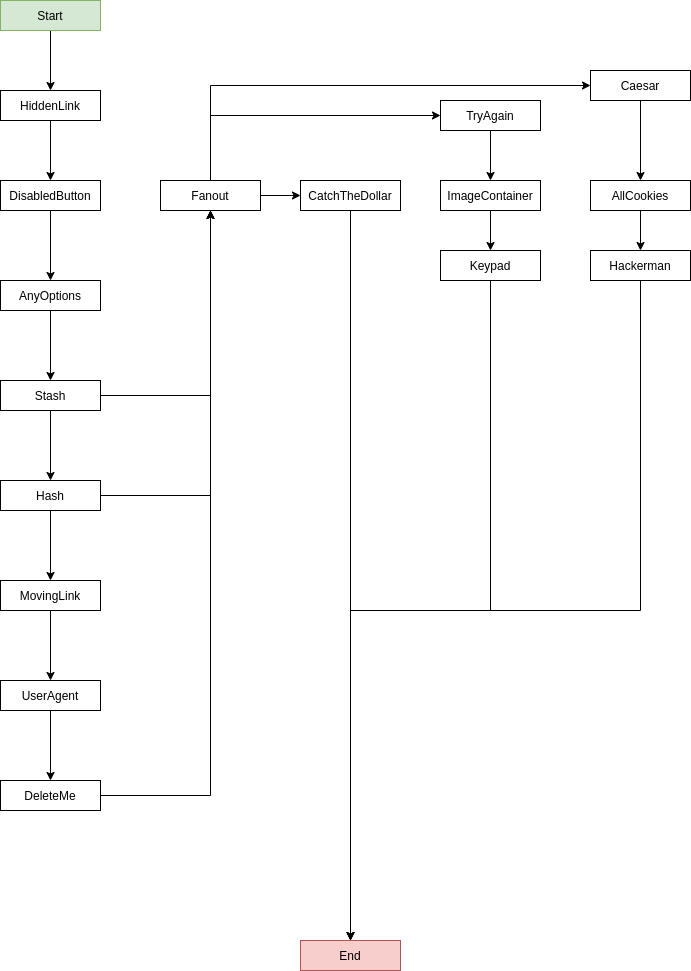
HacktoberfestMunich/rest-riddle keeps this draw.io diagram as challenges.drawio.png. Above is the earlier version. Source tidied: cells renumbered, new cells last; positions are measured from the earlier drawing's top-left corner, leaving out a move shared by most shapes. Source of this version:
```xml
<mxGraphModel>
  <root>
    <mxCell id="0" />
    <mxCell id="1" parent="0" />
    <mxCell id="2" style="edgeStyle=orthogonalEdgeStyle;rounded=0;jettySize=auto;html=1;" parent="1" edge="1" source="3" target="5">
      <mxGeometry relative="1" as="geometry" />
    </mxCell>
    <mxCell id="3" value="Start" style="rounded=0;whiteSpace=wrap;html=1;fillColor=#d5e8d4;strokeColor=#82b366;" parent="1" vertex="1">
      <mxGeometry width="100" height="30" as="geometry" />
    </mxCell>
    <mxCell id="4" style="edgeStyle=orthogonalEdgeStyle;rounded=0;jettySize=auto;html=1;" parent="1" edge="1" source="5" target="7">
      <mxGeometry relative="1" as="geometry" />
    </mxCell>
    <mxCell id="5" value="HiddenLink" style="rounded=0;whiteSpace=wrap;html=1;" parent="1" vertex="1">
      <mxGeometry y="90" width="100" height="30" as="geometry" />
    </mxCell>
    <mxCell id="6" style="edgeStyle=orthogonalEdgeStyle;rounded=0;jettySize=auto;html=1;" parent="1" edge="1" source="7" target="9">
      <mxGeometry relative="1" as="geometry" />
    </mxCell>
    <mxCell id="7" value="DisabledButton" style="rounded=0;whiteSpace=wrap;html=1;" parent="1" vertex="1">
      <mxGeometry y="180" width="100" height="30" as="geometry" />
    </mxCell>
    <mxCell id="8" style="edgeStyle=orthogonalEdgeStyle;rounded=0;jettySize=auto;html=1;" parent="1" edge="1" source="9" target="12">
      <mxGeometry relative="1" as="geometry" />
    </mxCell>
    <mxCell id="9" value="AnyOptions" style="rounded=0;whiteSpace=wrap;html=1;" parent="1" vertex="1">
      <mxGeometry y="280" width="100" height="30" as="geometry" />
    </mxCell>
    <mxCell id="10" style="edgeStyle=orthogonalEdgeStyle;rounded=0;jettySize=auto;html=1;" parent="1" edge="1" source="12" target="14">
      <mxGeometry relative="1" as="geometry" />
    </mxCell>
    <mxCell id="11" style="edgeStyle=orthogonalEdgeStyle;rounded=0;jettySize=auto;html=1;" parent="1" edge="1" source="12" target="18">
      <mxGeometry relative="1" as="geometry" />
    </mxCell>
    <mxCell id="12" value="Stash" style="rounded=0;whiteSpace=wrap;html=1;" parent="1" vertex="1">
      <mxGeometry y="380" width="100" height="30" as="geometry" />
    </mxCell>
    <mxCell id="13" style="edgeStyle=orthogonalEdgeStyle;rounded=0;jettySize=auto;html=1;" parent="1" edge="1" source="14" target="21">
      <mxGeometry relative="1" as="geometry" />
    </mxCell>
    <mxCell id="14" value="Hash" style="rounded=0;whiteSpace=wrap;html=1;" parent="1" vertex="1">
      <mxGeometry y="480" width="100" height="30" as="geometry" />
    </mxCell>
    <mxCell id="15" style="edgeStyle=orthogonalEdgeStyle;rounded=0;jettySize=auto;html=1;" parent="1" edge="1" source="18" target="27">
      <mxGeometry relative="1" as="geometry" />
    </mxCell>
    <mxCell id="16" style="edgeStyle=orthogonalEdgeStyle;rounded=0;jettySize=auto;html=1;entryX=0;entryY=0.5;entryDx=0;entryDy=0;exitX=0.5;exitY=0;exitDx=0;exitDy=0;" parent="1" edge="1" source="18" target="29">
      <mxGeometry relative="1" as="geometry" />
    </mxCell>
    <mxCell id="17" style="edgeStyle=orthogonalEdgeStyle;rounded=0;jettySize=auto;html=1;exitX=0.5;exitY=0;exitDx=0;exitDy=0;entryX=0;entryY=0.5;entryDx=0;entryDy=0;" parent="1" edge="1" source="18" target="31">
      <mxGeometry relative="1" as="geometry" />
    </mxCell>
    <mxCell id="18" value="Fanout" style="rounded=0;whiteSpace=wrap;html=1;" parent="1" vertex="1">
      <mxGeometry x="160" y="180" width="100" height="30" as="geometry" />
    </mxCell>
    <mxCell id="19" style="edgeStyle=orthogonalEdgeStyle;rounded=0;jettySize=auto;html=1;exitX=1;exitY=0.5;exitDx=0;exitDy=0;entryX=0.5;entryY=1;entryDx=0;entryDy=0;" parent="1" edge="1" source="14" target="18">
      <mxGeometry relative="1" as="geometry" />
    </mxCell>
    <mxCell id="20" style="edgeStyle=orthogonalEdgeStyle;rounded=0;jettySize=auto;html=1;" parent="1" edge="1" source="21" target="23">
      <mxGeometry relative="1" as="geometry" />
    </mxCell>
    <mxCell id="21" value="MovingLink" style="rounded=0;whiteSpace=wrap;html=1;" parent="1" vertex="1">
      <mxGeometry y="580" width="100" height="30" as="geometry" />
    </mxCell>
    <mxCell id="22" style="edgeStyle=orthogonalEdgeStyle;rounded=0;jettySize=auto;html=1;" parent="1" edge="1" source="23" target="25">
      <mxGeometry relative="1" as="geometry" />
    </mxCell>
    <mxCell id="23" value="UserAgent" style="rounded=0;whiteSpace=wrap;html=1;" parent="1" vertex="1">
      <mxGeometry y="680" width="100" height="30" as="geometry" />
    </mxCell>
    <mxCell id="24" style="edgeStyle=orthogonalEdgeStyle;rounded=0;jettySize=auto;html=1;exitX=1;exitY=0.5;exitDx=0;exitDy=0;entryX=0.5;entryY=1;entryDx=0;entryDy=0;" parent="1" edge="1" source="25" target="18">
      <mxGeometry relative="1" as="geometry" />
    </mxCell>
    <mxCell id="25" value="DeleteMe" style="rounded=0;whiteSpace=wrap;html=1;" parent="1" vertex="1">
      <mxGeometry y="780" width="100" height="30" as="geometry" />
    </mxCell>
    <mxCell id="26" style="edgeStyle=orthogonalEdgeStyle;rounded=0;jettySize=auto;html=1;" parent="1" edge="1" source="27" target="32">
      <mxGeometry relative="1" as="geometry" />
    </mxCell>
    <mxCell id="27" value="CatchTheDollar" style="rounded=0;whiteSpace=wrap;html=1;" parent="1" vertex="1">
      <mxGeometry x="300" y="180" width="100" height="30" as="geometry" />
    </mxCell>
    <mxCell id="28" style="edgeStyle=orthogonalEdgeStyle;rounded=0;jettySize=auto;html=1;" parent="1" edge="1" source="29" target="34">
      <mxGeometry relative="1" as="geometry" />
    </mxCell>
    <mxCell id="29" value="TryAgain" style="rounded=0;whiteSpace=wrap;html=1;" parent="1" vertex="1">
      <mxGeometry x="440" y="100" width="100" height="30" as="geometry" />
    </mxCell>
    <mxCell id="30" style="edgeStyle=orthogonalEdgeStyle;rounded=0;jettySize=auto;html=1;" parent="1" edge="1" source="31" target="38">
      <mxGeometry relative="1" as="geometry" />
    </mxCell>
    <mxCell id="31" value="Caesar" style="rounded=0;whiteSpace=wrap;html=1;" parent="1" vertex="1">
      <mxGeometry x="590" y="70" width="100" height="30" as="geometry" />
    </mxCell>
    <mxCell id="32" value="End" style="rounded=0;whiteSpace=wrap;html=1;fillColor=#f8cecc;strokeColor=#b85450;" parent="1" vertex="1">
      <mxGeometry x="300" y="940" width="100" height="30" as="geometry" />
    </mxCell>
    <mxCell id="33" style="edgeStyle=orthogonalEdgeStyle;rounded=0;jettySize=auto;html=1;" parent="1" edge="1" source="34" target="36">
      <mxGeometry relative="1" as="geometry" />
    </mxCell>
    <mxCell id="34" value="ImageContainer" style="rounded=0;whiteSpace=wrap;html=1;" parent="1" vertex="1">
      <mxGeometry x="440" y="180" width="100" height="30" as="geometry" />
    </mxCell>
    <mxCell id="35" style="edgeStyle=orthogonalEdgeStyle;rounded=0;jettySize=auto;html=1;exitX=0.5;exitY=1;exitDx=0;exitDy=0;" parent="1" edge="1" source="36" target="32">
      <mxGeometry relative="1" as="geometry" />
    </mxCell>
    <mxCell id="36" value="Keypad" style="rounded=0;whiteSpace=wrap;html=1;" parent="1" vertex="1">
      <mxGeometry x="440" y="250" width="100" height="30" as="geometry" />
    </mxCell>
    <mxCell id="37" style="edgeStyle=orthogonalEdgeStyle;rounded=0;jettySize=auto;html=1;" parent="1" edge="1" source="38" target="40">
      <mxGeometry relative="1" as="geometry" />
    </mxCell>
    <mxCell id="38" value="AllCookies" style="rounded=0;whiteSpace=wrap;html=1;" parent="1" vertex="1">
      <mxGeometry x="590" y="180" width="100" height="30" as="geometry" />
    </mxCell>
    <mxCell id="39" style="edgeStyle=orthogonalEdgeStyle;rounded=0;jettySize=auto;html=1;exitX=0.5;exitY=1;exitDx=0;exitDy=0;" parent="1" edge="1" source="40" target="32">
      <mxGeometry relative="1" as="geometry" />
    </mxCell>
    <mxCell id="40" value="Hackerman" style="rounded=0;whiteSpace=wrap;html=1;" parent="1" vertex="1">
      <mxGeometry x="590" y="250" width="100" height="30" as="geometry" />
    </mxCell>
  </root>
</mxGraphModel>
```
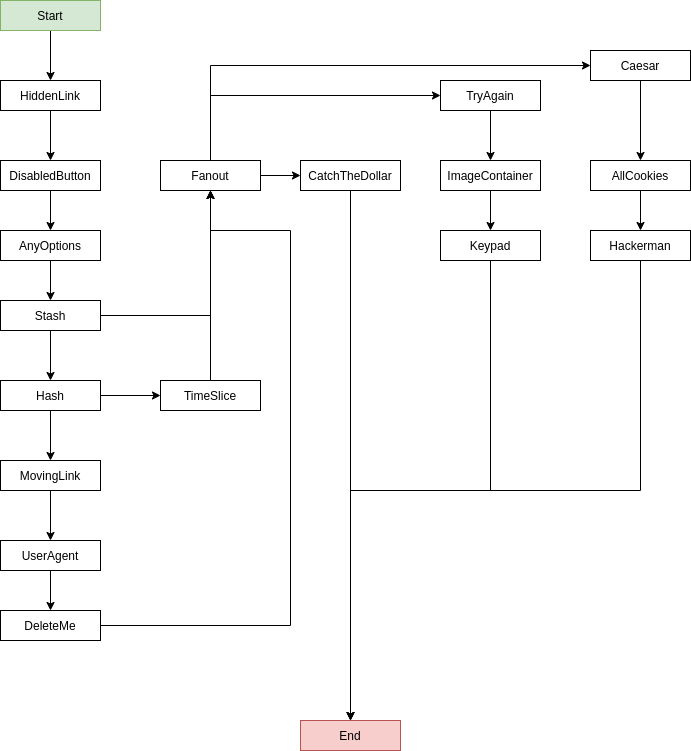
After the change.

Diff of the diagram source:
```diff
@@ -6,13 +6,13 @@
       <mxGeometry relative="1" as="geometry" />
     </mxCell>
     <mxCell id="3" value="Start" style="rounded=0;whiteSpace=wrap;html=1;fillColor=#d5e8d4;strokeColor=#82b366;" parent="1" vertex="1">
-      <mxGeometry width="100" height="30" as="geometry" />
+      <mxGeometry y="20" width="100" height="30" as="geometry" />
     </mxCell>
     <mxCell id="4" style="edgeStyle=orthogonalEdgeStyle;rounded=0;jettySize=auto;html=1;" parent="1" edge="1" source="5" target="7">
       <mxGeometry relative="1" as="geometry" />
     </mxCell>
     <mxCell id="5" value="HiddenLink" style="rounded=0;whiteSpace=wrap;html=1;" parent="1" vertex="1">
-      <mxGeometry y="90" width="100" height="30" as="geometry" />
+      <mxGeometry y="100" width="100" height="30" as="geometry" />
     </mxCell>
     <mxCell id="6" style="edgeStyle=orthogonalEdgeStyle;rounded=0;jettySize=auto;html=1;" parent="1" edge="1" source="7" target="9">
       <mxGeometry relative="1" as="geometry" />
@@ -24,7 +24,7 @@
       <mxGeometry relative="1" as="geometry" />
     </mxCell>
     <mxCell id="9" value="AnyOptions" style="rounded=0;whiteSpace=wrap;html=1;" parent="1" vertex="1">
-      <mxGeometry y="280" width="100" height="30" as="geometry" />
+      <mxGeometry y="250" width="100" height="30" as="geometry" />
     </mxCell>
     <mxCell id="10" style="edgeStyle=orthogonalEdgeStyle;rounded=0;jettySize=auto;html=1;" parent="1" edge="1" source="12" target="14">
       <mxGeometry relative="1" as="geometry" />
@@ -33,13 +33,16 @@
       <mxGeometry relative="1" as="geometry" />
     </mxCell>
     <mxCell id="12" value="Stash" style="rounded=0;whiteSpace=wrap;html=1;" parent="1" vertex="1">
-      <mxGeometry y="380" width="100" height="30" as="geometry" />
+      <mxGeometry y="320" width="100" height="30" as="geometry" />
     </mxCell>
     <mxCell id="13" style="edgeStyle=orthogonalEdgeStyle;rounded=0;jettySize=auto;html=1;" parent="1" edge="1" source="14" target="21">
       <mxGeometry relative="1" as="geometry" />
     </mxCell>
+    <mxCell id="41" style="edgeStyle=orthogonalEdgeStyle;rounded=0;jettySize=auto;html=1;" parent="1" edge="1" source="14" target="42">
+      <mxGeometry relative="1" as="geometry" />
+    </mxCell>
     <mxCell id="14" value="Hash" style="rounded=0;whiteSpace=wrap;html=1;" parent="1" vertex="1">
-      <mxGeometry y="480" width="100" height="30" as="geometry" />
+      <mxGeometry y="400" width="100" height="30" as="geometry" />
     </mxCell>
     <mxCell id="15" style="edgeStyle=orthogonalEdgeStyle;rounded=0;jettySize=auto;html=1;" parent="1" edge="1" source="18" target="27">
       <mxGeometry relative="1" as="geometry" />
@@ -53,26 +56,32 @@
     <mxCell id="18" value="Fanout" style="rounded=0;whiteSpace=wrap;html=1;" parent="1" vertex="1">
       <mxGeometry x="160" y="180" width="100" height="30" as="geometry" />
     </mxCell>
-    <mxCell id="19" style="edgeStyle=orthogonalEdgeStyle;rounded=0;jettySize=auto;html=1;exitX=1;exitY=0.5;exitDx=0;exitDy=0;entryX=0.5;entryY=1;entryDx=0;entryDy=0;" parent="1" edge="1" source="14" target="18">
+    <mxCell id="19" style="edgeStyle=orthogonalEdgeStyle;rounded=0;jettySize=auto;html=1;entryX=0.5;entryY=1;entryDx=0;entryDy=0;exitX=0.5;exitY=0;exitDx=0;exitDy=0;" parent="1" edge="1" source="42" target="18">
       <mxGeometry relative="1" as="geometry" />
     </mxCell>
     <mxCell id="20" style="edgeStyle=orthogonalEdgeStyle;rounded=0;jettySize=auto;html=1;" parent="1" edge="1" source="21" target="23">
       <mxGeometry relative="1" as="geometry" />
     </mxCell>
     <mxCell id="21" value="MovingLink" style="rounded=0;whiteSpace=wrap;html=1;" parent="1" vertex="1">
-      <mxGeometry y="580" width="100" height="30" as="geometry" />
+      <mxGeometry y="480" width="100" height="30" as="geometry" />
     </mxCell>
     <mxCell id="22" style="edgeStyle=orthogonalEdgeStyle;rounded=0;jettySize=auto;html=1;" parent="1" edge="1" source="23" target="25">
       <mxGeometry relative="1" as="geometry" />
     </mxCell>
     <mxCell id="23" value="UserAgent" style="rounded=0;whiteSpace=wrap;html=1;" parent="1" vertex="1">
-      <mxGeometry y="680" width="100" height="30" as="geometry" />
+      <mxGeometry y="560" width="100" height="30" as="geometry" />
     </mxCell>
     <mxCell id="24" style="edgeStyle=orthogonalEdgeStyle;rounded=0;jettySize=auto;html=1;exitX=1;exitY=0.5;exitDx=0;exitDy=0;entryX=0.5;entryY=1;entryDx=0;entryDy=0;" parent="1" edge="1" source="25" target="18">
-      <mxGeometry relative="1" as="geometry" />
+      <mxGeometry relative="1" as="geometry">
+        <Array as="points">
+          <mxPoint x="290" y="645" />
+          <mxPoint x="290" y="250" />
+          <mxPoint x="210" y="250" />
+        </Array>
+      </mxGeometry>
     </mxCell>
     <mxCell id="25" value="DeleteMe" style="rounded=0;whiteSpace=wrap;html=1;" parent="1" vertex="1">
-      <mxGeometry y="780" width="100" height="30" as="geometry" />
+      <mxGeometry y="630" width="100" height="30" as="geometry" />
     </mxCell>
     <mxCell id="26" style="edgeStyle=orthogonalEdgeStyle;rounded=0;jettySize=auto;html=1;" parent="1" edge="1" source="27" target="32">
       <mxGeometry relative="1" as="geometry" />
@@ -93,7 +102,7 @@
       <mxGeometry x="590" y="70" width="100" height="30" as="geometry" />
     </mxCell>
     <mxCell id="32" value="End" style="rounded=0;whiteSpace=wrap;html=1;fillColor=#f8cecc;strokeColor=#b85450;" parent="1" vertex="1">
-      <mxGeometry x="300" y="940" width="100" height="30" as="geometry" />
+      <mxGeometry x="300" y="740" width="100" height="30" as="geometry" />
     </mxCell>
     <mxCell id="33" style="edgeStyle=orthogonalEdgeStyle;rounded=0;jettySize=auto;html=1;" parent="1" edge="1" source="34" target="36">
       <mxGeometry relative="1" as="geometry" />
@@ -119,5 +128,8 @@
     <mxCell id="40" value="Hackerman" style="rounded=0;whiteSpace=wrap;html=1;" parent="1" vertex="1">
       <mxGeometry x="590" y="250" width="100" height="30" as="geometry" />
     </mxCell>
+    <mxCell id="42" value="TimeSlice" style="rounded=0;whiteSpace=wrap;html=1;" parent="1" vertex="1">
+      <mxGeometry x="160" y="400" width="100" height="30" as="geometry" />
+    </mxCell>
   </root>
 </mxGraphModel>
```
